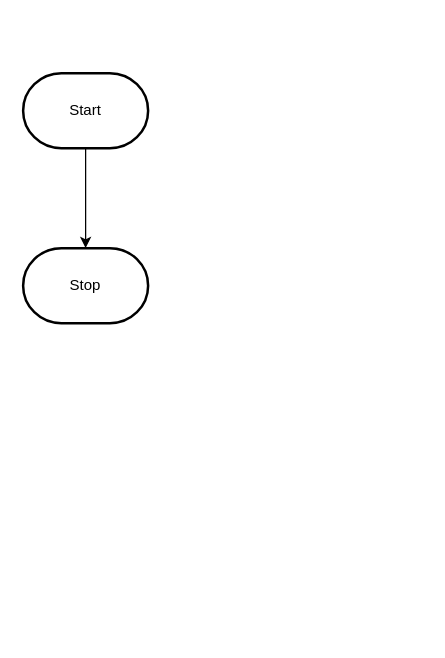
This is design/flowchart.drawio from MTHS-ICS2O-2-2022/ICS2O-Unit-6-04-Bonnie-Zhu, a draw.io file, before an edit. Source tidied: cells renumbered, new cells numbered last; positions are measured from the earlier drawing's top-left corner, leaving out a move shared by most shapes. Both pictures are drawn from the tidied source at 125%, with x=0, y=0 at pixel (22, 72).
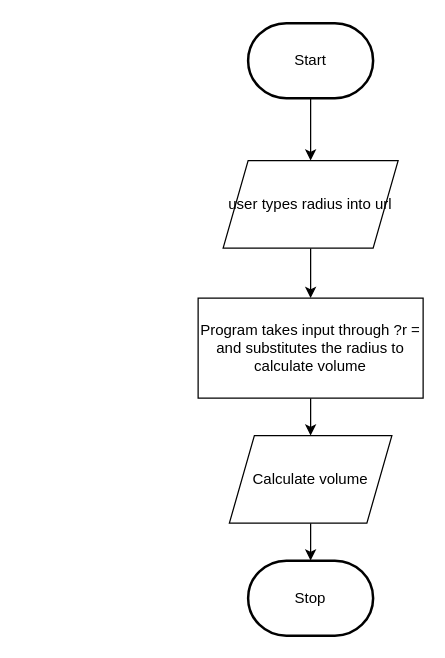
Above is the later version.

Change to the diagram source:
```diff
@@
 <mxGraphModel>
   <root>
     <mxCell id="0" />
     <mxCell id="1" parent="0" />
-    <mxCell id="2" style="edgeStyle=orthogonalEdgeStyle;html=1;rounded=0;" parent="1" edge="1" source="3" target="4">
-      <mxGeometry relative="1" as="geometry" />
-    </mxCell>
+    <mxCell id="5" style="edgeStyle=orthogonalEdgeStyle;html=1;rounded=0;" parent="1" edge="1" source="3" target="7">
+      <mxGeometry relative="1" as="geometry" />
+    </mxCell>
     <mxCell id="3" value="Start" style="strokeWidth=2;html=1;shape=mxgraph.flowchart.terminator;whiteSpace=wrap;" parent="1" vertex="1">
-      <mxGeometry width="100" height="60" as="geometry" />
+      <mxGeometry x="180" y="-40" width="100" height="60" as="geometry" />
     </mxCell>
     <mxCell id="4" value="Stop" style="strokeWidth=2;html=1;shape=mxgraph.flowchart.terminator;whiteSpace=wrap;" parent="1" vertex="1">
-      <mxGeometry y="140" width="100" height="60" as="geometry" />
+      <mxGeometry x="180" y="390" width="100" height="60" as="geometry" />
     </mxCell>
+    <mxCell id="6" style="edgeStyle=orthogonalEdgeStyle;rounded=0;html=1;entryX=0.5;entryY=0;entryDx=0;entryDy=0;" parent="1" edge="1" source="7" target="11">
+      <mxGeometry relative="1" as="geometry" />
+    </mxCell>
+    <mxCell id="7" value="user types radius into url" style="shape=parallelogram;perimeter=parallelogramPerimeter;whiteSpace=wrap;html=1;fixedSize=1;" parent="1" vertex="1">
+      <mxGeometry x="160" y="70" width="140" height="70" as="geometry" />
+    </mxCell>
+    <mxCell id="8" style="edgeStyle=orthogonalEdgeStyle;rounded=0;html=1;" parent="1" edge="1" source="9" target="4">
+      <mxGeometry relative="1" as="geometry" />
+    </mxCell>
+    <mxCell id="9" value="Calculate volume" style="shape=parallelogram;perimeter=parallelogramPerimeter;whiteSpace=wrap;html=1;fixedSize=1;" parent="1" vertex="1">
+      <mxGeometry x="165" y="290" width="130" height="70" as="geometry" />
+    </mxCell>
+    <mxCell id="10" style="edgeStyle=orthogonalEdgeStyle;rounded=0;html=1;entryX=0.5;entryY=0;entryDx=0;entryDy=0;" parent="1" edge="1" source="11" target="9">
+      <mxGeometry relative="1" as="geometry" />
+    </mxCell>
+    <mxCell id="11" value="Program takes input through ?r = and substitutes the radius to calculate volume" style="rounded=0;whiteSpace=wrap;html=1;" parent="1" vertex="1">
+      <mxGeometry x="140" y="180" width="180" height="80" as="geometry" />
+    </mxCell>
   </root>
 </mxGraphModel>
```
